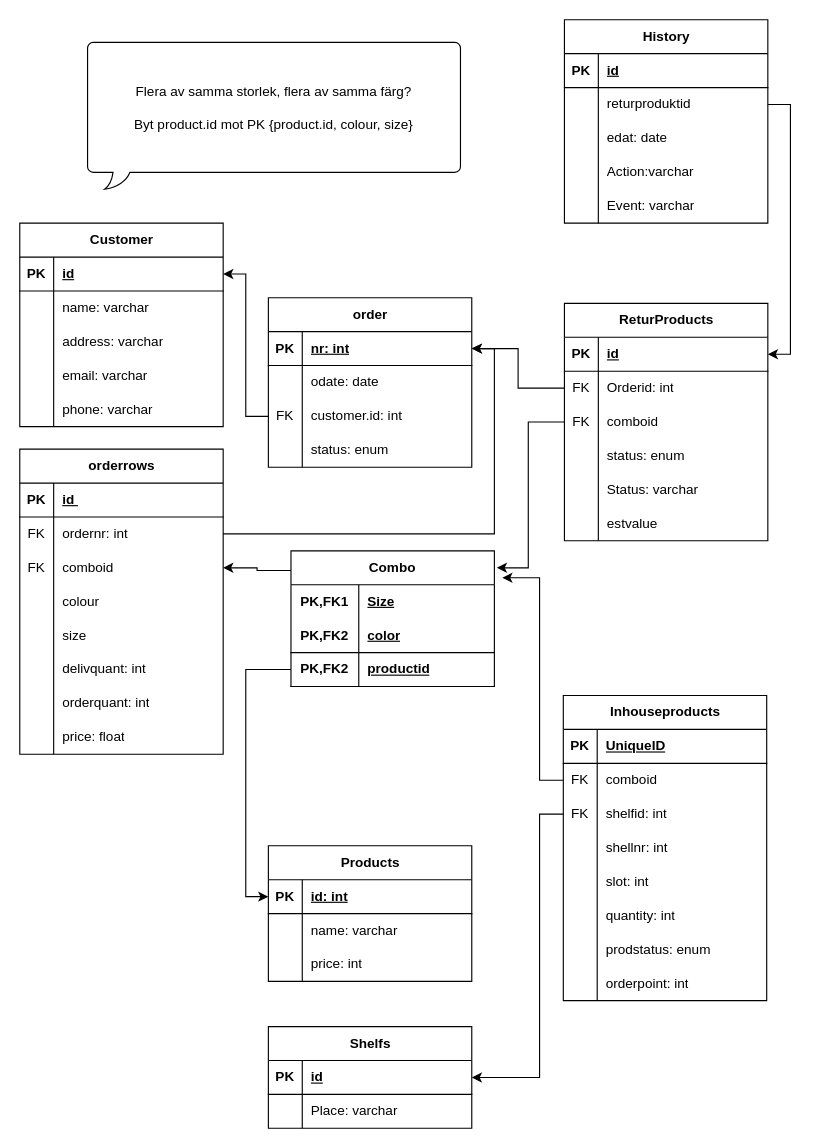
Before: ER-diagram-col-size.drawio in Dan-Lundh/myOLF, a draw.io diagram. Source tidied: cells renumbered, new cells numbered last; positions are measured from the earlier drawing's top-left corner, leaving out a move shared by most shapes. Both pictures are drawn from the tidied source at 113%, with x=0, y=0 at pixel (19, 19).
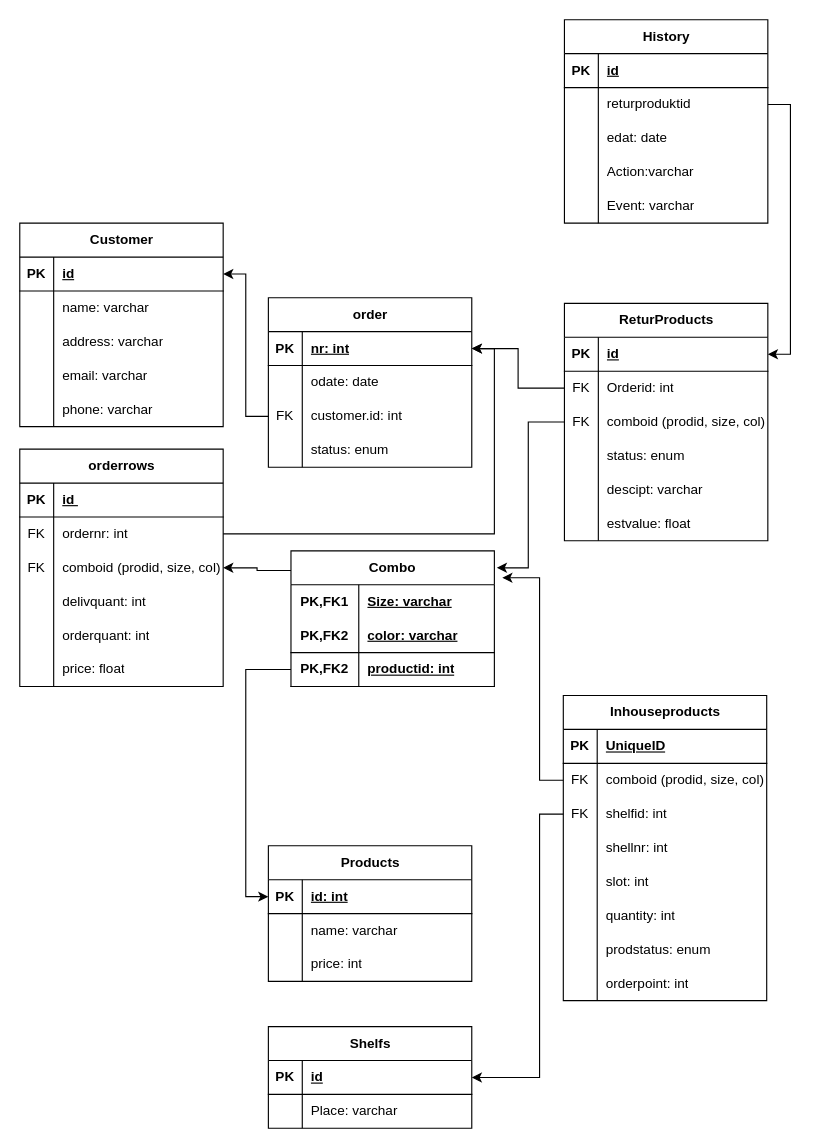
After the change.

The change refers to these unchanged cells:
```xml
<mxCell id="39" style="shape=tableRow;horizontal=0;startSize=0;swimlaneHead=0;swimlaneBody=0;fillColor=none;points=[[0,0.5],[1,0.5]];portConstraint=eastwest;top=0;left=0;right=0;bottom=0;" parent="32" vertex="1">
  <mxGeometry y="90" width="180" height="30" as="geometry" />
</mxCell>
<mxCell id="68" style="shape=tableRow;horizontal=0;startSize=0;swimlaneHead=0;swimlaneBody=0;fillColor=none;points=[[0,0.5],[1,0.5]];portConstraint=eastwest;top=0;left=0;right=0;bottom=0;" parent="64" vertex="1">
  <mxGeometry y="60" width="180" height="30" as="geometry" />
</mxCell>
<mxCell id="108" style="shape=tableRow;horizontal=0;startSize=0;swimlaneHead=0;swimlaneBody=0;fillColor=none;points=[[0,0.5],[1,0.5]];portConstraint=eastwest;top=0;left=0;right=0;bottom=0;" parent="101" vertex="1">
  <mxGeometry y="90" width="180" height="30" as="geometry" />
</mxCell>
<mxCell id="114" style="shape=tableRow;horizontal=0;startSize=0;swimlaneHead=0;swimlaneBody=0;fillColor=none;top=0;left=0;right=0;bottom=0;" parent="101" vertex="1">
  <mxGeometry y="150" width="180" height="30" as="geometry" />
</mxCell>
<mxCell id="117" style="shape=tableRow;horizontal=0;startSize=0;swimlaneHead=0;swimlaneBody=0;fillColor=none;top=0;left=0;right=0;bottom=0;" parent="101" vertex="1">
  <mxGeometry y="180" width="180" height="30" as="geometry" />
</mxCell>
<mxCell id="144" style="shape=tableRow;horizontal=0;startSize=0;swimlaneHead=0;swimlaneBody=0;fillColor=none;top=0;left=0;right=0;bottom=0;html=1;" parent="143" vertex="1">
  <mxGeometry y="30" width="180" height="30" as="geometry" />
</mxCell>
<mxCell id="147" style="shape=tableRow;horizontal=0;startSize=0;swimlaneHead=0;swimlaneBody=0;fillColor=none;top=0;left=0;right=0;bottom=1;html=1;" parent="143" vertex="1">
  <mxGeometry y="60" width="180" height="30" as="geometry" />
</mxCell>
<mxCell id="150" style="shape=tableRow;horizontal=0;startSize=0;swimlaneHead=0;swimlaneBody=0;fillColor=none;points=[[0,0.5],[1,0.5]];portConstraint=eastwest;top=0;left=0;right=0;bottom=1;html=1;" parent="143" vertex="1">
  <mxGeometry y="90" width="180" height="30" as="geometry" />
</mxCell>
```

What changed in the source:
```diff
@@
     <mxCell id="32" value="orderrows" style="shape=table;startSize=30;childLayout=tableLayout;rowLines=0;fontStyle=1;align=center;html=1;" parent="1" vertex="1">
-      <mxGeometry y="380" width="180" height="270" as="geometry" />
+      <mxGeometry y="380" width="180" height="210" as="geometry" />
     </mxCell>
@@
-    <mxCell id="41" value="comboid" style="shape=partialRectangle;fillColor=none;top=0;left=0;bottom=0;right=0;align=left;spacingLeft=6;overflow=hidden;whiteSpace=wrap;html=1;" parent="39" vertex="1">
+    <mxCell id="41" value="comboid (prodid, size, col)" style="shape=partialRectangle;fillColor=none;top=0;left=0;bottom=0;right=0;align=left;spacingLeft=6;overflow=hidden;whiteSpace=wrap;html=1;" parent="39" vertex="1">
       <mxGeometry x="30" width="150" height="30" as="geometry" />
     </mxCell>
-    <mxCell id="42" style="shape=tableRow;horizontal=0;startSize=0;swimlaneHead=0;swimlaneBody=0;fillColor=none;top=0;left=0;right=0;bottom=0;" parent="32" vertex="1">
-      <mxGeometry y="120" width="180" height="30" as="geometry" />
-    </mxCell>
-    <mxCell id="43" style="shape=partialRectangle;fillColor=none;top=0;left=0;bottom=0;right=0;overflow=hidden;whiteSpace=wrap;html=1;" parent="42" vertex="1">
-      <mxGeometry width="30" height="30" as="geometry" />
-    </mxCell>
-    <mxCell id="44" value="colour" style="shape=partialRectangle;fillColor=none;top=0;left=0;bottom=0;right=0;align=left;spacingLeft=6;overflow=hidden;whiteSpace=wrap;html=1;" parent="42" vertex="1">
-      <mxGeometry x="30" width="150" height="30" as="geometry" />
-    </mxCell>
-    <mxCell id="45" style="shape=tableRow;horizontal=0;startSize=0;swimlaneHead=0;swimlaneBody=0;fillColor=none;top=0;left=0;right=0;bottom=0;" parent="32" vertex="1">
-      <mxGeometry y="150" width="180" height="30" as="geometry" />
-    </mxCell>
-    <mxCell id="46" style="shape=partialRectangle;fillColor=none;top=0;left=0;bottom=0;right=0;overflow=hidden;whiteSpace=wrap;html=1;" parent="45" vertex="1">
-      <mxGeometry width="30" height="30" as="geometry" />
-    </mxCell>
-    <mxCell id="47" value="size" style="shape=partialRectangle;fillColor=none;top=0;left=0;bottom=0;right=0;align=left;spacingLeft=6;overflow=hidden;whiteSpace=wrap;html=1;" parent="45" vertex="1">
-      <mxGeometry x="30" width="150" height="30" as="geometry" />
-    </mxCell>
     <mxCell id="48" style="shape=tableRow;horizontal=0;startSize=0;swimlaneHead=0;swimlaneBody=0;fillColor=none;top=0;left=0;right=0;bottom=0;" parent="32" vertex="1">
-      <mxGeometry y="180" width="180" height="30" as="geometry" />
+      <mxGeometry y="120" width="180" height="30" as="geometry" />
     </mxCell>
@@
     <mxCell id="51" style="shape=tableRow;horizontal=0;startSize=0;swimlaneHead=0;swimlaneBody=0;fillColor=none;top=0;left=0;right=0;bottom=0;" parent="32" vertex="1">
-      <mxGeometry y="210" width="180" height="30" as="geometry" />
+      <mxGeometry y="150" width="180" height="30" as="geometry" />
     </mxCell>
@@
     <mxCell id="54" style="shape=tableRow;horizontal=0;startSize=0;swimlaneHead=0;swimlaneBody=0;fillColor=none;top=0;left=0;right=0;bottom=0;" parent="32" vertex="1">
-      <mxGeometry y="240" width="180" height="30" as="geometry" />
+      <mxGeometry y="180" width="180" height="30" as="geometry" />
     </mxCell>
@@
-    <mxCell id="70" value="comboid" style="shape=partialRectangle;fillColor=none;top=0;left=0;bottom=0;right=0;align=left;spacingLeft=6;overflow=hidden;whiteSpace=wrap;html=1;" parent="68" vertex="1">
+    <mxCell id="70" value="comboid (prodid, size, col)" style="shape=partialRectangle;fillColor=none;top=0;left=0;bottom=0;right=0;align=left;spacingLeft=6;overflow=hidden;whiteSpace=wrap;html=1;" parent="68" vertex="1">
       <mxGeometry x="30" width="150" height="30" as="geometry" />
     </mxCell>
@@
-    <mxCell id="110" value="comboid" style="shape=partialRectangle;fillColor=none;top=0;left=0;bottom=0;right=0;align=left;spacingLeft=6;overflow=hidden;whiteSpace=wrap;html=1;" parent="108" vertex="1">
+    <mxCell id="110" value="comboid (prodid, size, col)" style="shape=partialRectangle;fillColor=none;top=0;left=0;bottom=0;right=0;align=left;spacingLeft=6;overflow=hidden;whiteSpace=wrap;html=1;" parent="108" vertex="1">
       <mxGeometry x="30" width="150" height="30" as="geometry" />
     </mxCell>
@@
-    <mxCell id="116" value="Status: varchar" style="shape=partialRectangle;fillColor=none;top=0;left=0;bottom=0;right=0;align=left;spacingLeft=6;overflow=hidden;whiteSpace=wrap;html=1;" parent="114" vertex="1">
+    <mxCell id="116" value="descipt: varchar" style="shape=partialRectangle;fillColor=none;top=0;left=0;bottom=0;right=0;align=left;spacingLeft=6;overflow=hidden;whiteSpace=wrap;html=1;" parent="114" vertex="1">
       <mxGeometry x="30" width="150" height="30" as="geometry" />
     </mxCell>
@@
-    <mxCell id="119" value="estvalue" style="shape=partialRectangle;fillColor=none;top=0;left=0;bottom=0;right=0;align=left;spacingLeft=6;overflow=hidden;whiteSpace=wrap;html=1;" parent="117" vertex="1">
+    <mxCell id="119" value="estvalue: float" style="shape=partialRectangle;fillColor=none;top=0;left=0;bottom=0;right=0;align=left;spacingLeft=6;overflow=hidden;whiteSpace=wrap;html=1;" parent="117" vertex="1">
       <mxGeometry x="30" width="150" height="30" as="geometry" />
     </mxCell>
@@
-    <mxCell id="140" value="Flera av samma storlek, flera av samma färg?&lt;br&gt;&lt;br&gt;Byt product.id mot PK {product.id, colour, size}" style="whiteSpace=wrap;html=1;shape=mxgraph.basic.roundRectCallout;dx=30;dy=15;size=5;boundedLbl=1;" parent="1" vertex="1">
-      <mxGeometry x="60" y="20" width="330" height="130" as="geometry" />
-    </mxCell>
@@
-    <mxCell id="146" value="Size" style="shape=partialRectangle;fillColor=none;top=0;left=0;bottom=0;right=0;align=left;spacingLeft=6;fontStyle=5;overflow=hidden;html=1;whiteSpace=wrap;" parent="144" vertex="1">
+    <mxCell id="146" value="Size: varchar" style="shape=partialRectangle;fillColor=none;top=0;left=0;bottom=0;right=0;align=left;spacingLeft=6;fontStyle=5;overflow=hidden;html=1;whiteSpace=wrap;" parent="144" vertex="1">
       <mxGeometry x="60" width="120" height="30" as="geometry" />
     </mxCell>
@@
-    <mxCell id="149" value="color" style="shape=partialRectangle;fillColor=none;top=0;left=0;bottom=0;right=0;align=left;spacingLeft=6;fontStyle=5;overflow=hidden;html=1;whiteSpace=wrap;" parent="147" vertex="1">
+    <mxCell id="149" value="color: varchar" style="shape=partialRectangle;fillColor=none;top=0;left=0;bottom=0;right=0;align=left;spacingLeft=6;fontStyle=5;overflow=hidden;html=1;whiteSpace=wrap;" parent="147" vertex="1">
       <mxGeometry x="60" width="120" height="30" as="geometry" />
     </mxCell>
@@
-    <mxCell id="152" value="productid" style="shape=partialRectangle;fillColor=none;top=0;left=0;bottom=0;right=0;align=left;spacingLeft=6;fontStyle=5;overflow=hidden;html=1;whiteSpace=wrap;" parent="150" vertex="1">
+    <mxCell id="152" value="productid: int" style="shape=partialRectangle;fillColor=none;top=0;left=0;bottom=0;right=0;align=left;spacingLeft=6;fontStyle=5;overflow=hidden;html=1;whiteSpace=wrap;" parent="150" vertex="1">
       <mxGeometry x="60" width="120" height="30" as="geometry" />
     </mxCell>
```
